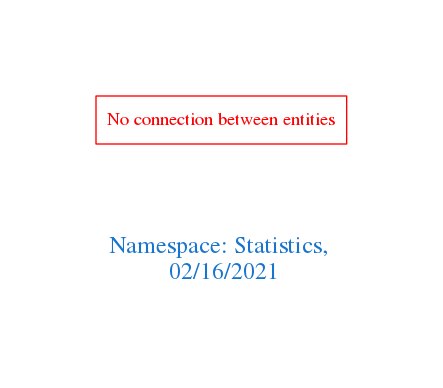
The Graphviz diagram downloads/Statistics.png in arago/OGIT, before a commit. Its source is kept beside it as downloads/Statistics.dot.
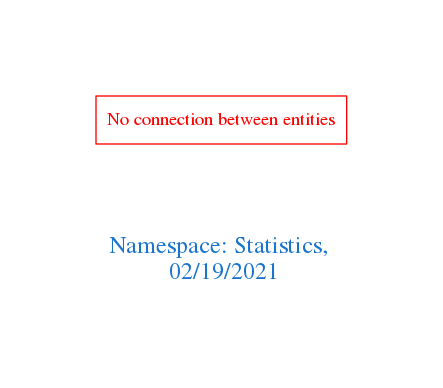
Above is the later version.

The edit, as a diff of the source:
```diff
@@ -1,7 +1,7 @@
 digraph OGIT_ontology {
  graph [ rankdir= LR,pad=1
 fontsize = 18,
-fontcolor= dodgerblue3,label = "\n\n\nNamespace: Statistics, \n 02/16/2021"];
+fontcolor= dodgerblue3,label = "\n\n\nNamespace: Statistics, \n 02/19/2021"];
 node[shape=polygon];
 edge [  color="gray81"];
 
```
